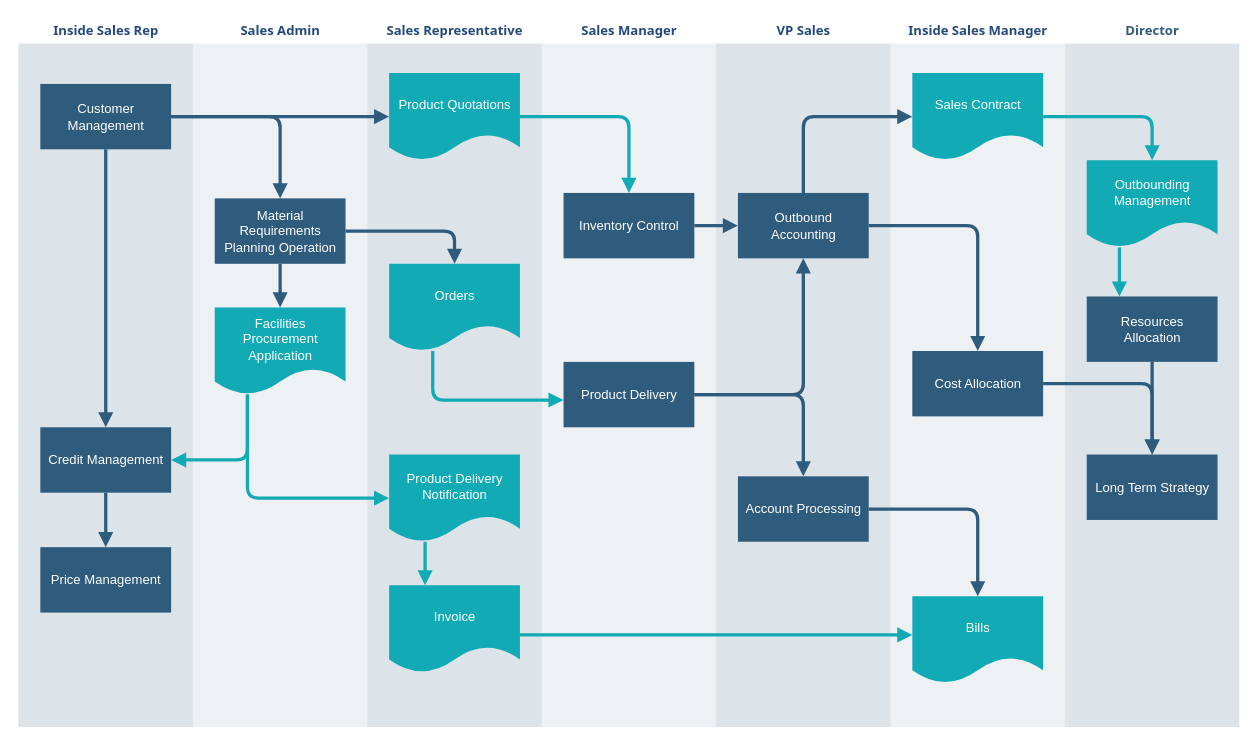
Above: 未命名绘图.drawio in whaike/my_test (draw.io), before the change. Source tidied: cells renumbered, new cells numbered last; positions are measured from the earlier drawing's top-left corner, leaving out a move shared by most shapes. Both pictures are drawn from the tidied source at 109%, with x=0, y=0 at pixel (17, 17).
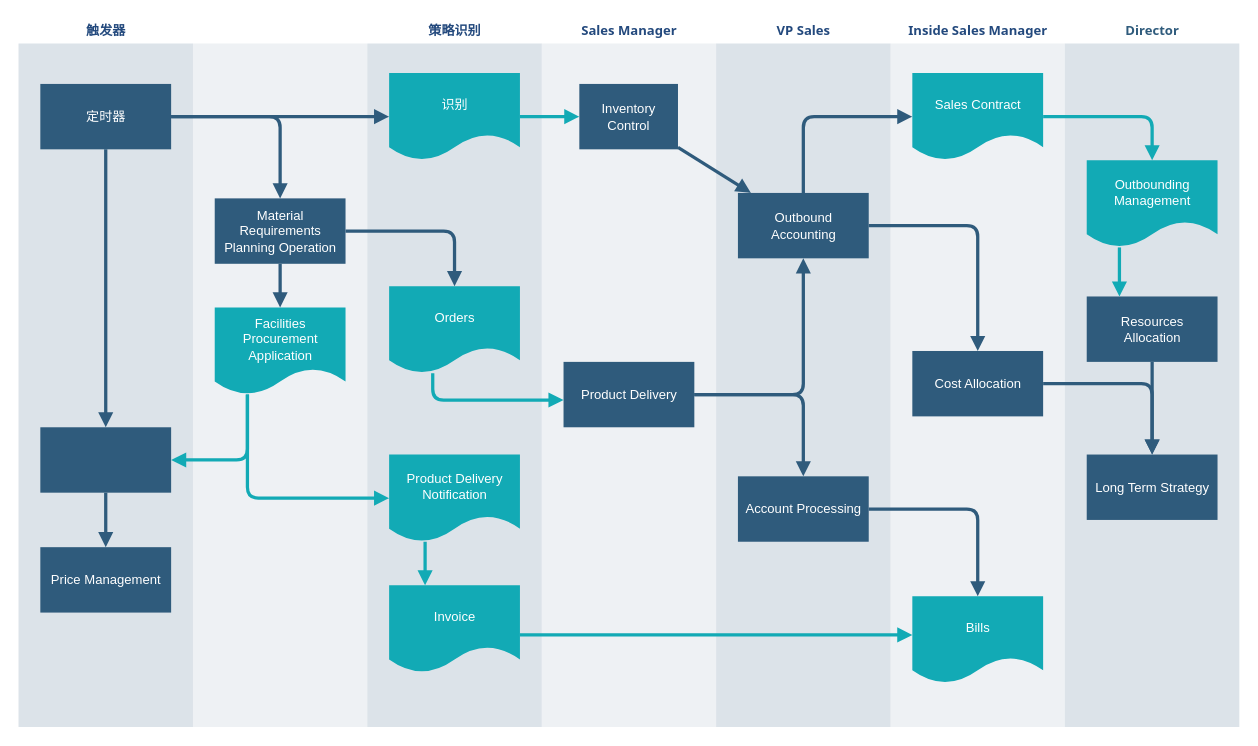
Above is the later version.

Unchanged cells that the change refers to:
```xml
<mxCell id="25" value="&lt;font color=&quot;#23497d&quot;&gt;Sales Manager&lt;/font&gt;" style="swimlane;whiteSpace=wrap;fillColor=none;swimlaneFillColor=#BAC8D3;fontColor=#2F5B7C;fontFamily=Tahoma;html=1;strokeColor=none;opacity=25;" parent="1" vertex="1">
  <mxGeometry x="480.5" y="0.5" width="160" height="650" as="geometry" />
</mxCell>
```

What changed in the source:
```diff
@@
-    <mxCell id="2" value="&lt;font color=&quot;#23497d&quot;&gt;Inside Sales Rep&lt;/font&gt;" style="swimlane;whiteSpace=wrap;fillColor=none;swimlaneFillColor=#BAC8D3;fontColor=#2F5B7C;fontFamily=Tahoma;html=1;strokeColor=none;opacity=50;" parent="1" vertex="1">
+    <mxCell id="2" value="&lt;font color=&quot;#23497d&quot;&gt;触发器&lt;/font&gt;" style="swimlane;whiteSpace=wrap;fillColor=none;swimlaneFillColor=#BAC8D3;fontColor=#2F5B7C;fontFamily=Tahoma;html=1;strokeColor=none;opacity=50;startSize=23;" parent="1" vertex="1">
       <mxGeometry x="0.5" y="0.5" width="160" height="650" as="geometry" />
     </mxCell>
-    <mxCell id="3" value="Customer Management" style="whiteSpace=wrap;shadow=0;fontColor=#FFFFFF;fontFamily=Helvetica;fontStyle=0;html=1;fontSize=12;plain-purple;strokeColor=none;fillColor=#2f5b7c;gradientColor=none;spacing=6;verticalAlign=middle;" parent="2" vertex="1">
+    <mxCell id="3" value="定时器" style="whiteSpace=wrap;shadow=0;fontColor=#FFFFFF;fontFamily=Helvetica;fontStyle=0;html=1;fontSize=12;plain-purple;strokeColor=none;fillColor=#2f5b7c;gradientColor=none;spacing=6;verticalAlign=middle;" parent="2" vertex="1">
       <mxGeometry x="20" y="60" width="120" height="60" as="geometry" />
     </mxCell>
-    <mxCell id="4" value="Credit Management" style="whiteSpace=wrap;strokeColor=none;fillColor=#2f5b7c;shadow=0;fontColor=#FFFFFF;fontFamily=Helvetica;fontStyle=0;html=1;fontSize=12;spacing=6;verticalAlign=middle;" parent="2" vertex="1">
+    <mxCell id="4" style="whiteSpace=wrap;strokeColor=none;fillColor=#2f5b7c;shadow=0;fontColor=#FFFFFF;fontFamily=Helvetica;fontStyle=0;html=1;fontSize=12;spacing=6;verticalAlign=middle;" parent="2" vertex="1">
       <mxGeometry x="20" y="375" width="120" height="60" as="geometry" />
     </mxCell>
@@
-    <mxCell id="15" value="&lt;font color=&quot;#23497d&quot;&gt;Sales Admin&lt;/font&gt;" style="swimlane;whiteSpace=wrap;fillColor=none;swimlaneFillColor=#BAC8D3;fontColor=#2F5B7C;fontFamily=Tahoma;html=1;strokeColor=none;opacity=25;" parent="1" vertex="1">
+    <mxCell id="15" style="swimlane;whiteSpace=wrap;fillColor=none;swimlaneFillColor=#BAC8D3;fontColor=#2F5B7C;fontFamily=Tahoma;html=1;strokeColor=none;opacity=25;startSize=23;" parent="1" vertex="1">
       <mxGeometry x="160.5" y="0.5" width="160" height="650" as="geometry" />
     </mxCell>
@@
-    <mxCell id="19" value="&lt;font color=&quot;#23497d&quot;&gt;Sales Representative&lt;/font&gt;" style="swimlane;whiteSpace=wrap;fillColor=none;swimlaneFillColor=#BAC8D3;fontColor=#2F5B7C;fontFamily=Tahoma;html=1;strokeColor=none;opacity=50;" parent="1" vertex="1">
+    <mxCell id="19" value="&lt;span style=&quot;color: rgb(35 , 73 , 125)&quot;&gt;策略识别&lt;/span&gt;" style="swimlane;whiteSpace=wrap;fillColor=none;swimlaneFillColor=#BAC8D3;fontColor=#2F5B7C;fontFamily=Tahoma;html=1;strokeColor=none;opacity=50;startSize=23;" parent="1" vertex="1">
       <mxGeometry x="320.5" y="0.5" width="160" height="650" as="geometry" />
     </mxCell>
-    <mxCell id="20" value="Product Quotations" style="shape=document;whiteSpace=wrap;verticalAlign=middle;strokeColor=none;fillColor=#12aab5;shadow=0;fontColor=#FFFFFF;fontFamily=Helvetica;fontStyle=0;html=1;fontSize=12;spacing=6;spacingBottom=22;" parent="19" vertex="1">
+    <mxCell id="20" value="识别" style="shape=document;whiteSpace=wrap;verticalAlign=middle;strokeColor=none;fillColor=#12aab5;shadow=0;fontColor=#FFFFFF;fontFamily=Helvetica;fontStyle=0;html=1;fontSize=12;spacing=6;spacingBottom=22;" parent="19" vertex="1">
       <mxGeometry x="20" y="50" width="120" height="80" as="geometry" />
     </mxCell>
     <mxCell id="21" value="Orders" style="shape=document;whiteSpace=wrap;verticalAlign=middle;strokeColor=none;fillColor=#12aab5;shadow=0;fontColor=#FFFFFF;fontFamily=Helvetica;fontStyle=0;html=1;fontSize=12;spacing=6;spacingBottom=22;" parent="19" vertex="1">
-      <mxGeometry x="20" y="225" width="120" height="80" as="geometry" />
+      <mxGeometry x="20" y="245.5" width="120" height="80" as="geometry" />
     </mxCell>
@@
     <mxCell id="26" value="Inventory Control" style="whiteSpace=wrap;strokeColor=none;fillColor=#2f5b7c;shadow=0;fontColor=#FFFFFF;fontFamily=Helvetica;fontStyle=0;html=1;fontSize=12;spacing=6;verticalAlign=middle;" parent="25" vertex="1">
-      <mxGeometry x="20" y="160" width="120" height="60" as="geometry" />
+      <mxGeometry x="34.5" y="60" width="90.5" height="60" as="geometry" />
     </mxCell>
```
